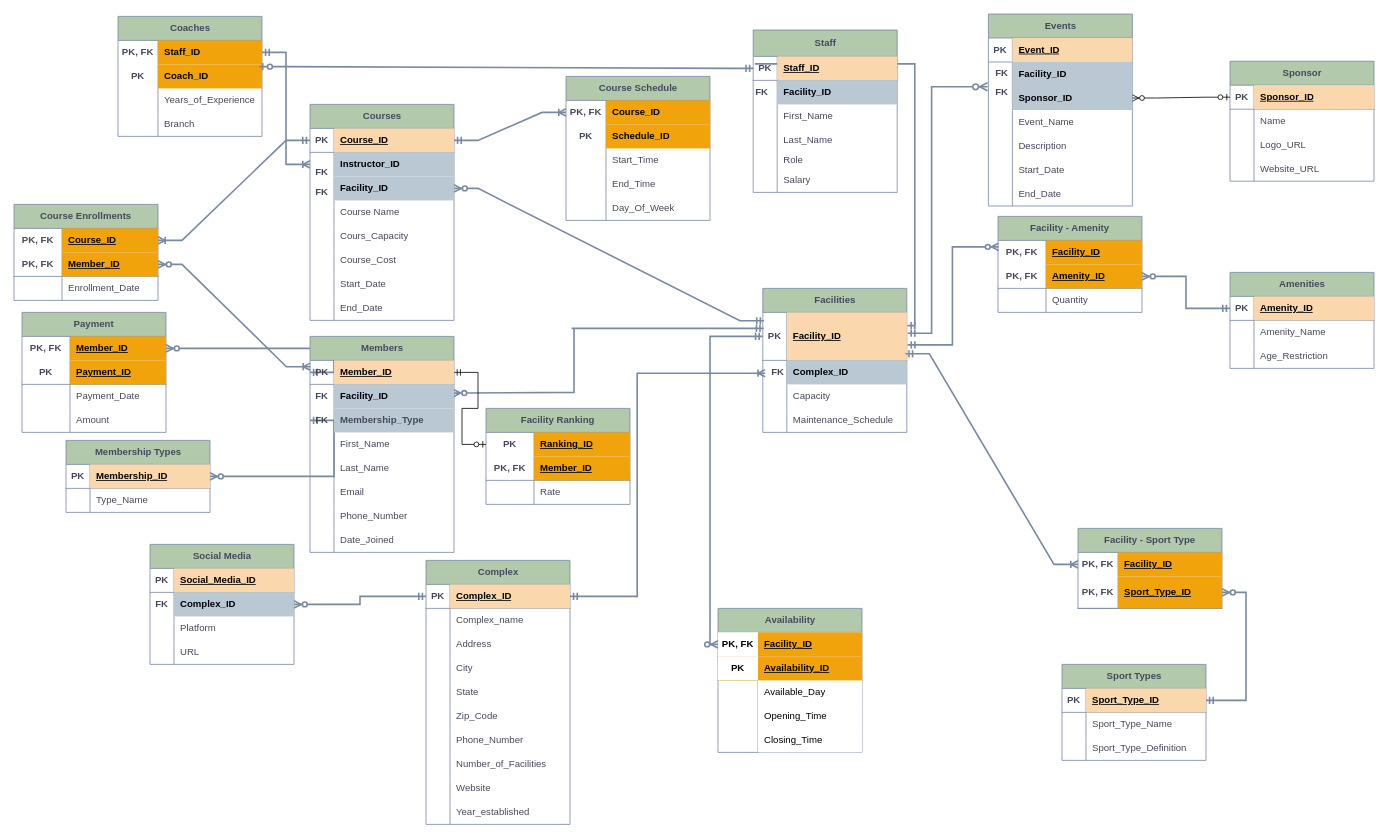
PloKoon68/Sport-Complexes-Management-System-Database keeps this draw.io diagram as cardinality/cardinality.drawio. Above is the earlier version. Source tidied: cells renumbered, new cells numbered last; positions are measured from the earlier drawing's top-left corner, leaving out a move shared by most shapes. Both pictures are drawn from the tidied source at 80%, with x=0, y=0 at pixel (14, 14).
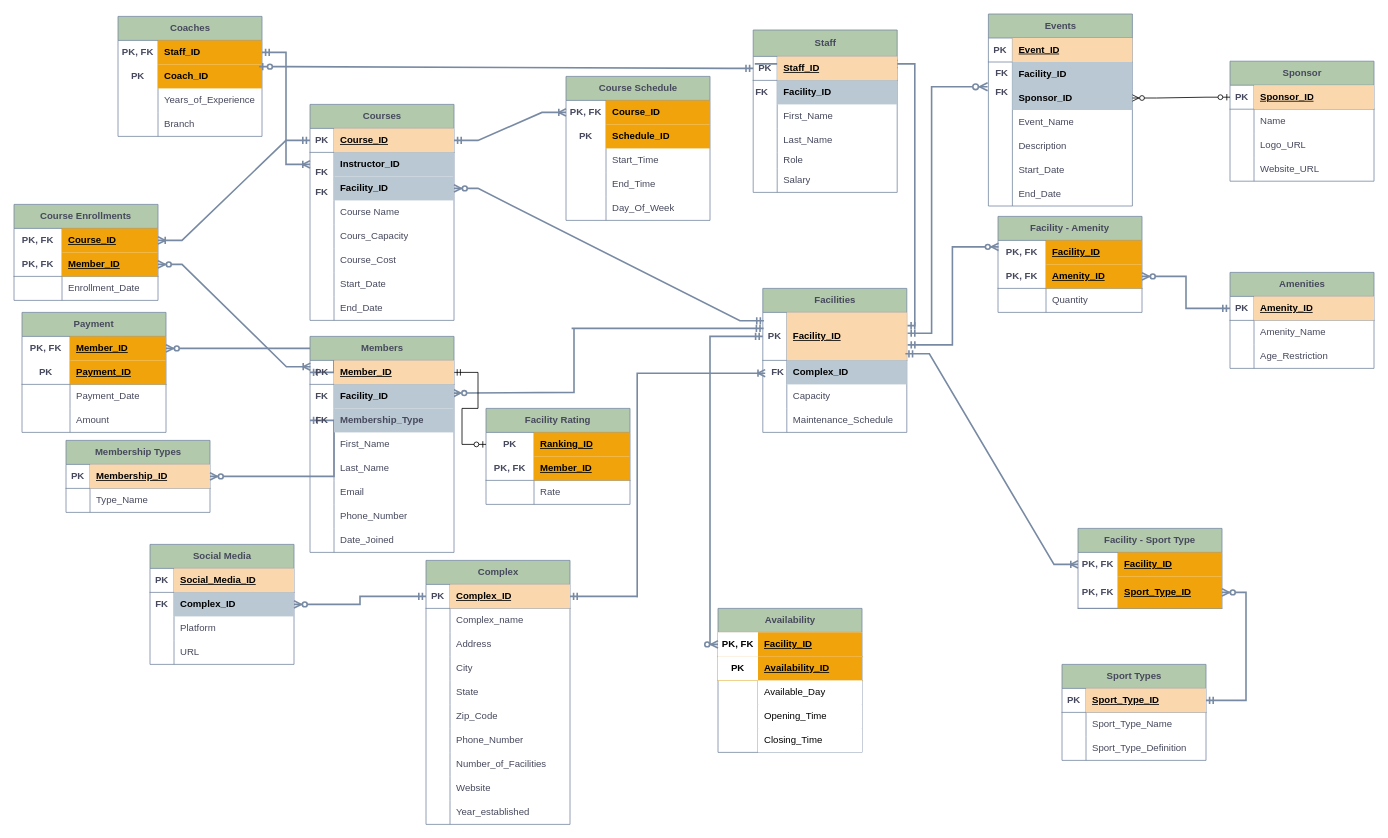
After the change.

What changed in the source:
```diff
@@
-    <mxCell id="280" value="Facility Ranking" style="shape=table;startSize=30;childLayout=tableLayout;rowLines=0;fontStyle=1;align=center;html=1;whiteSpace=wrap;strokeColor=#788AA3;fontColor=#46495D;fillColor=#B2C9AB;labelBackgroundColor=none;" parent="1" vertex="1">
+    <mxCell id="280" value="Facility Rating" style="shape=table;startSize=30;childLayout=tableLayout;rowLines=0;fontStyle=1;align=center;html=1;whiteSpace=wrap;strokeColor=#788AA3;fontColor=#46495D;fillColor=#B2C9AB;labelBackgroundColor=none;" parent="1" vertex="1">
       <mxGeometry x="590" y="493" width="180" height="120" as="geometry" />
     </mxCell>
```
